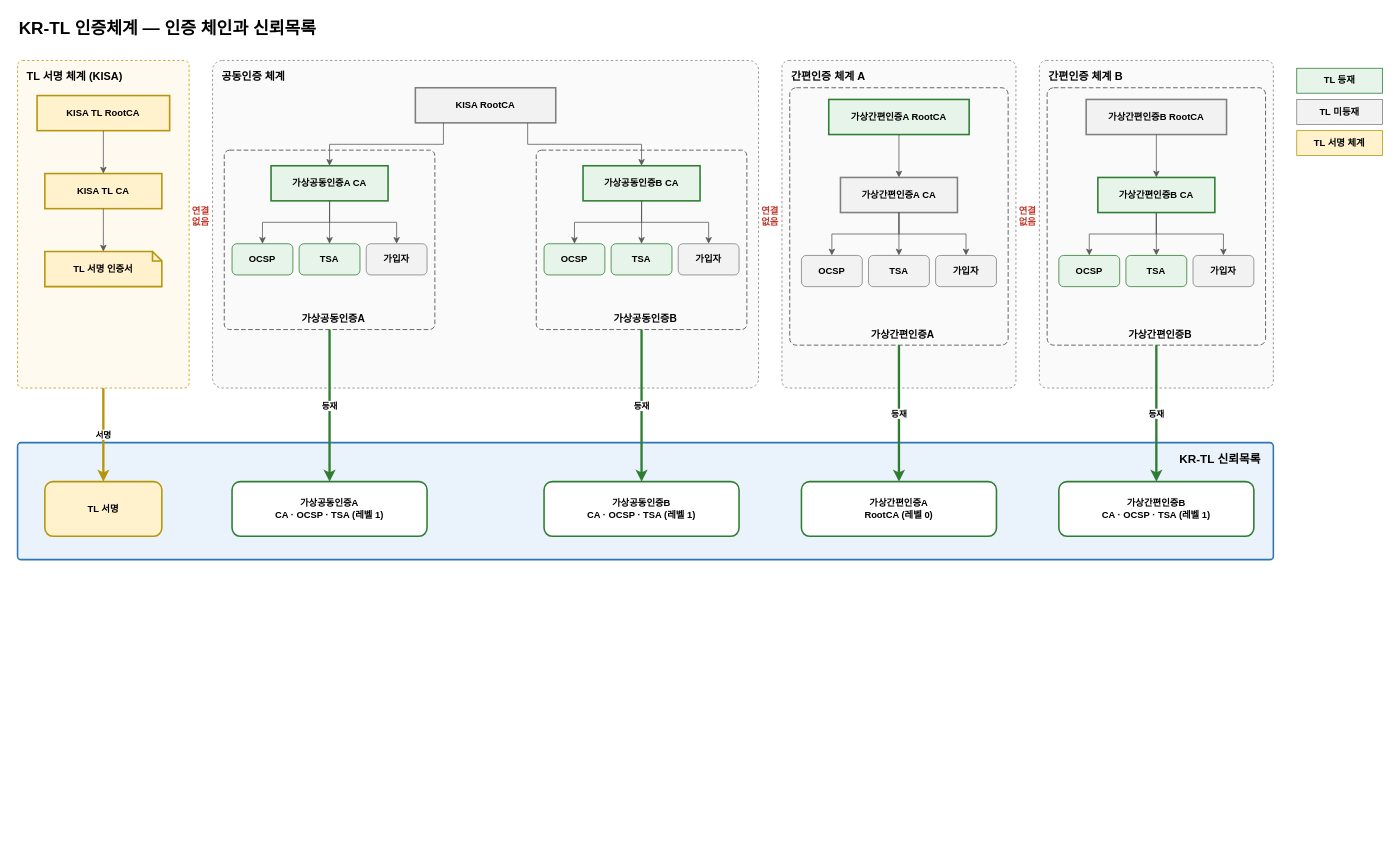
The draw.io diagram docs/design/KR-TL-관리시스템/완성본/diagrams/krtl-pki.drawio in yongsungkim-electcerti/kr-dss, before the edit. Source tidied: cells renumbered, new cells numbered last; positions are measured from the earlier drawing's top-left corner, leaving out a move shared by most shapes. Both pictures are drawn from the tidied source at 78%, with x=0, y=0 at pixel (17, 13).
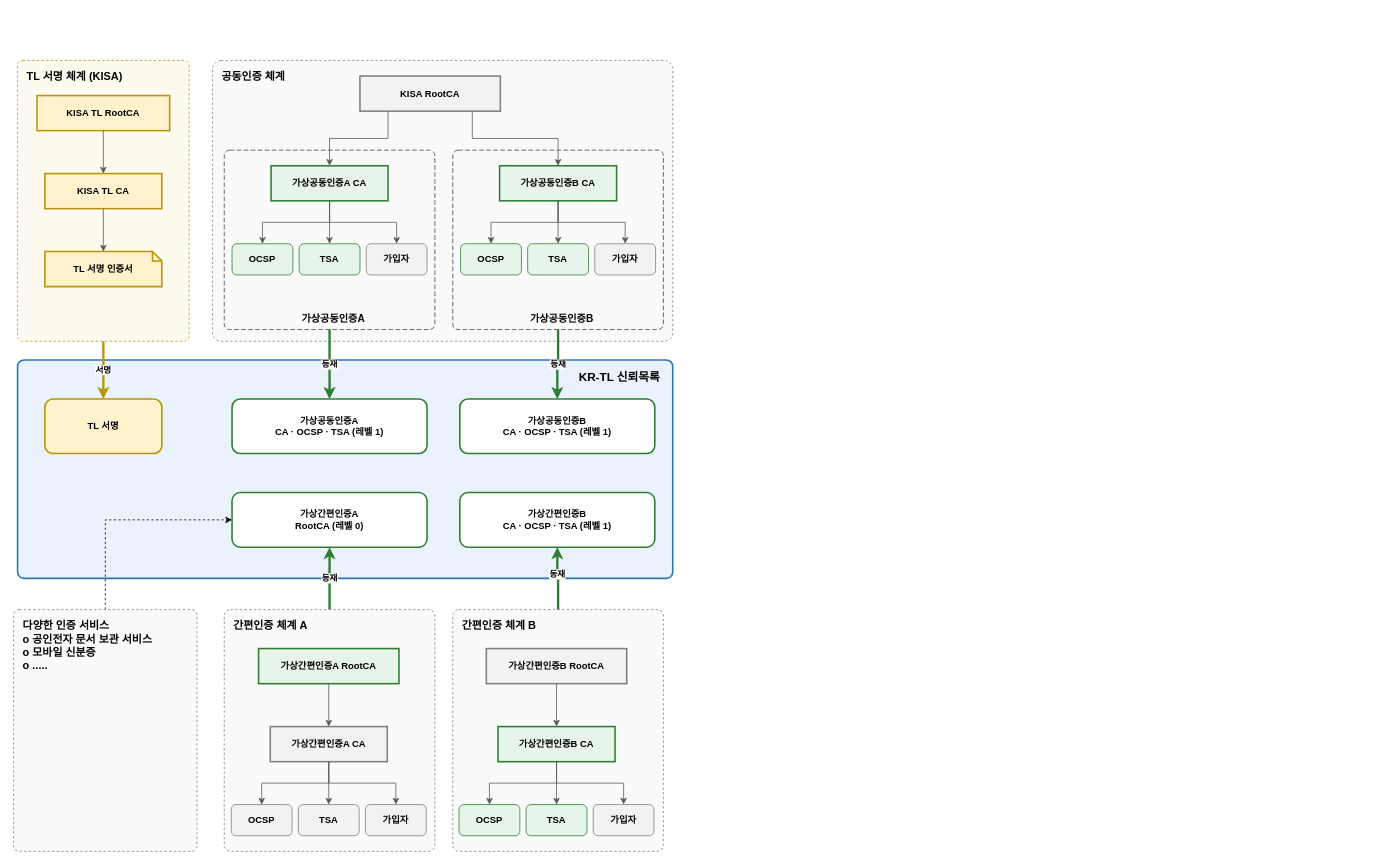
Above is the later version.

Diff of the diagram source:
```diff
@@
-<mxGraphModel>
+<mxGraphModel background="light-dark(#ffffff, #121212)">
@@
-    <mxCell id="2" value="KR-TL 인증체계 — 인증 체인과 신뢰목록" style="text;html=1;fontSize=22;fontStyle=1;align=left;verticalAlign=middle;" parent="1" vertex="1">
-      <mxGeometry width="700" height="40" as="geometry" />
-    </mxCell>
     <mxCell id="3" value="TL 서명 체계 (KISA)" style="rounded=1;arcSize=3;dashed=1;fillColor=#fffaf0;strokeColor=#b7950b;strokeWidth=1;fontStyle=1;fontSize=14;verticalAlign=top;align=left;spacingLeft=10;spacingTop=6;" parent="1" vertex="1">
-      <mxGeometry y="60" width="220" height="420" as="geometry" />
+      <mxGeometry y="60" width="220" height="360" as="geometry" />
     </mxCell>
@@
     <mxCell id="9" value="공동인증 체계" style="rounded=1;arcSize=3;dashed=1;fillColor=#fafafa;strokeColor=#7f7f7f;strokeWidth=1;fontStyle=1;fontSize=14;verticalAlign=top;align=left;spacingLeft=10;spacingTop=6;" parent="1" vertex="1">
-      <mxGeometry x="250" y="60" width="700" height="420" as="geometry" />
+      <mxGeometry x="250" y="60" width="590" height="360" as="geometry" />
     </mxCell>
     <mxCell id="10" value="KISA RootCA" style="rounded=0;whiteSpace=wrap;html=1;fillColor=#f2f2f2;strokeColor=#7f7f7f;strokeWidth=2;fontStyle=1;fontSize=12;" parent="1" vertex="1">
-      <mxGeometry x="510" y="95" width="180" height="45" as="geometry" />
+      <mxGeometry x="439" y="80" width="180" height="45" as="geometry" />
     </mxCell>
@@
     <mxCell id="20" value="가상공동인증B" style="rounded=1;arcSize=3;dashed=1;dashPattern=6 3;fillColor=none;strokeColor=#404040;strokeWidth=1;fontStyle=1;fontSize=13;verticalAlign=top;align=left;spacingLeft=10;spacingTop=6;verticalAlign=bottom;align=center;spacingBottom=4;" parent="1" vertex="1">
-      <mxGeometry x="665" y="175" width="270" height="230" as="geometry" />
+      <mxGeometry x="558" y="175" width="270" height="230" as="geometry" />
     </mxCell>
     <mxCell id="21" value="가상공동인증B CA" style="rounded=0;whiteSpace=wrap;html=1;fillColor=#e6f4ea;strokeColor=#2e7d32;strokeWidth=2;fontStyle=1;fontSize=12;" parent="1" vertex="1">
-      <mxGeometry x="725" y="195" width="150" height="45" as="geometry" />
+      <mxGeometry x="618" y="195" width="150" height="45" as="geometry" />
     </mxCell>
@@
     <mxCell id="23" value="OCSP" style="rounded=1;whiteSpace=wrap;html=1;fillColor=#e6f4ea;strokeColor=#2e7d32;strokeWidth=1;fontStyle=1;fontSize=12;" parent="1" vertex="1">
-      <mxGeometry x="675" y="295" width="78" height="40" as="geometry" />
+      <mxGeometry x="568" y="295" width="78" height="40" as="geometry" />
     </mxCell>
@@
     <mxCell id="25" value="TSA" style="rounded=1;whiteSpace=wrap;html=1;fillColor=#e6f4ea;strokeColor=#2e7d32;strokeWidth=1;fontStyle=1;fontSize=12;" parent="1" vertex="1">
-      <mxGeometry x="761" y="295" width="78" height="40" as="geometry" />
+      <mxGeometry x="654" y="295" width="78" height="40" as="geometry" />
     </mxCell>
@@
     <mxCell id="27" value="가입자" style="rounded=1;whiteSpace=wrap;html=1;fillColor=#f2f2f2;strokeColor=#7f7f7f;strokeWidth=1;fontStyle=1;fontSize=12;" parent="1" vertex="1">
-      <mxGeometry x="847" y="295" width="78" height="40" as="geometry" />
+      <mxGeometry x="740" y="295" width="78" height="40" as="geometry" />
     </mxCell>
@@
     <mxCell id="29" value="간편인증 체계 A" style="rounded=1;arcSize=3;dashed=1;fillColor=#fafafa;strokeColor=#7f7f7f;strokeWidth=1;fontStyle=1;fontSize=14;verticalAlign=top;align=left;spacingLeft=10;spacingTop=6;" parent="1" vertex="1">
-      <mxGeometry x="980" y="60" width="300" height="420" as="geometry" />
+      <mxGeometry x="265" y="764" width="270" height="310" as="geometry" />
     </mxCell>
-    <mxCell id="30" value="가상간편인증A" style="rounded=1;arcSize=3;dashed=1;dashPattern=6 3;fillColor=none;strokeColor=#404040;strokeWidth=1;fontStyle=1;fontSize=13;verticalAlign=top;align=left;spacingLeft=10;spacingTop=6;verticalAlign=bottom;align=center;spacingBottom=4;" parent="1" vertex="1">
-      <mxGeometry x="990" y="95" width="280" height="330" as="geometry" />
-    </mxCell>
     <mxCell id="31" value="가상간편인증A RootCA" style="rounded=0;whiteSpace=wrap;html=1;fillColor=#e6f4ea;strokeColor=#2e7d32;strokeWidth=2;fontStyle=1;fontSize=12;" parent="1" vertex="1">
-      <mxGeometry x="1040" y="110" width="180" height="45" as="geometry" />
+      <mxGeometry x="309" y="814" width="180" height="45" as="geometry" />
     </mxCell>
     <mxCell id="32" value="가상간편인증A CA" style="rounded=0;whiteSpace=wrap;html=1;fillColor=#f2f2f2;strokeColor=#7f7f7f;strokeWidth=2;fontStyle=1;fontSize=12;" parent="1" vertex="1">
-      <mxGeometry x="1055" y="210" width="150" height="45" as="geometry" />
+      <mxGeometry x="324" y="914" width="150" height="45" as="geometry" />
     </mxCell>
@@
     <mxCell id="34" value="OCSP" style="rounded=1;whiteSpace=wrap;html=1;fillColor=#f2f2f2;strokeColor=#7f7f7f;strokeWidth=1;fontStyle=1;fontSize=12;" parent="1" vertex="1">
-      <mxGeometry x="1005" y="310" width="78" height="40" as="geometry" />
+      <mxGeometry x="274" y="1014" width="78" height="40" as="geometry" />
     </mxCell>
@@
     <mxCell id="36" value="TSA" style="rounded=1;whiteSpace=wrap;html=1;fillColor=#f2f2f2;strokeColor=#7f7f7f;strokeWidth=1;fontStyle=1;fontSize=12;" parent="1" vertex="1">
-      <mxGeometry x="1091" y="310" width="78" height="40" as="geometry" />
+      <mxGeometry x="360" y="1014" width="78" height="40" as="geometry" />
     </mxCell>
@@
     <mxCell id="38" value="가입자" style="rounded=1;whiteSpace=wrap;html=1;fillColor=#f2f2f2;strokeColor=#7f7f7f;strokeWidth=1;fontStyle=1;fontSize=12;" parent="1" vertex="1">
-      <mxGeometry x="1177" y="310" width="78" height="40" as="geometry" />
+      <mxGeometry x="446" y="1014" width="78" height="40" as="geometry" />
     </mxCell>
@@
     <mxCell id="40" value="간편인증 체계 B" style="rounded=1;arcSize=3;dashed=1;fillColor=#fafafa;strokeColor=#7f7f7f;strokeWidth=1;fontStyle=1;fontSize=14;verticalAlign=top;align=left;spacingLeft=10;spacingTop=6;" parent="1" vertex="1">
-      <mxGeometry x="1310" y="60" width="300" height="420" as="geometry" />
+      <mxGeometry x="558" y="764" width="270" height="310" as="geometry" />
     </mxCell>
-    <mxCell id="41" value="가상간편인증B" style="rounded=1;arcSize=3;dashed=1;dashPattern=6 3;fillColor=none;strokeColor=#404040;strokeWidth=1;fontStyle=1;fontSize=13;verticalAlign=top;align=left;spacingLeft=10;spacingTop=6;verticalAlign=bottom;align=center;spacingBottom=4;" parent="1" vertex="1">
-      <mxGeometry x="1320" y="95" width="280" height="330" as="geometry" />
-    </mxCell>
     <mxCell id="42" value="가상간편인증B RootCA" style="rounded=0;whiteSpace=wrap;html=1;fillColor=#f2f2f2;strokeColor=#7f7f7f;strokeWidth=2;fontStyle=1;fontSize=12;" parent="1" vertex="1">
-      <mxGeometry x="1370" y="110" width="180" height="45" as="geometry" />
+      <mxGeometry x="601" y="814" width="180" height="45" as="geometry" />
     </mxCell>
     <mxCell id="43" value="가상간편인증B CA" style="rounded=0;whiteSpace=wrap;html=1;fillColor=#e6f4ea;strokeColor=#2e7d32;strokeWidth=2;fontStyle=1;fontSize=12;" parent="1" vertex="1">
-      <mxGeometry x="1385" y="210" width="150" height="45" as="geometry" />
+      <mxGeometry x="616" y="914" width="150" height="45" as="geometry" />
     </mxCell>
@@
     <mxCell id="45" value="OCSP" style="rounded=1;whiteSpace=wrap;html=1;fillColor=#e6f4ea;strokeColor=#2e7d32;strokeWidth=1;fontStyle=1;fontSize=12;" parent="1" vertex="1">
-      <mxGeometry x="1335" y="310" width="78" height="40" as="geometry" />
+      <mxGeometry x="566" y="1014" width="78" height="40" as="geometry" />
     </mxCell>
@@
     <mxCell id="47" value="TSA" style="rounded=1;whiteSpace=wrap;html=1;fillColor=#e6f4ea;strokeColor=#2e7d32;strokeWidth=1;fontStyle=1;fontSize=12;" parent="1" vertex="1">
-      <mxGeometry x="1421" y="310" width="78" height="40" as="geometry" />
+      <mxGeometry x="652" y="1014" width="78" height="40" as="geometry" />
     </mxCell>
@@
     <mxCell id="49" value="가입자" style="rounded=1;whiteSpace=wrap;html=1;fillColor=#f2f2f2;strokeColor=#7f7f7f;strokeWidth=1;fontStyle=1;fontSize=12;" parent="1" vertex="1">
-      <mxGeometry x="1507" y="310" width="78" height="40" as="geometry" />
+      <mxGeometry x="738" y="1014" width="78" height="40" as="geometry" />
     </mxCell>
@@
-    <mxCell id="51" value="연결&lt;br&gt;없음" style="text;html=1;fontSize=12;fontStyle=1;fontColor=#c0392b;align=center;verticalAlign=middle;whiteSpace=wrap;" parent="1" vertex="1">
-      <mxGeometry x="215" y="240" width="40" height="40" as="geometry" />
-    </mxCell>
-    <mxCell id="52" value="연결&lt;br&gt;없음" style="text;html=1;fontSize=12;fontStyle=1;fontColor=#c0392b;align=center;verticalAlign=middle;whiteSpace=wrap;" parent="1" vertex="1">
-      <mxGeometry x="945" y="240" width="40" height="40" as="geometry" />
-    </mxCell>
-    <mxCell id="53" value="연결&lt;br&gt;없음" style="text;html=1;fontSize=12;fontStyle=1;fontColor=#c0392b;align=center;verticalAlign=middle;whiteSpace=wrap;" parent="1" vertex="1">
-      <mxGeometry x="1275" y="240" width="40" height="40" as="geometry" />
-    </mxCell>
     <mxCell id="54" value="KR-TL 신뢰목록" style="rounded=1;arcSize=3;fillColor=#eaf2fb;strokeColor=#2e75b6;strokeWidth=2;fontStyle=1;fontSize=15;verticalAlign=top;align=left;spacingLeft=10;spacingTop=6;align=right;spacingRight=14;" parent="1" vertex="1">
-      <mxGeometry y="550" width="1610" height="150" as="geometry" />
+      <mxGeometry y="444" width="840" height="280" as="geometry" />
     </mxCell>
     <mxCell id="55" value="TL 서명" style="rounded=1;whiteSpace=wrap;html=1;fillColor=#fff2cc;strokeColor=#b7950b;strokeWidth=2;fontStyle=1;fontSize=12;" parent="1" vertex="1">
-      <mxGeometry x="35" y="600" width="150" height="70" as="geometry" />
+      <mxGeometry x="35" y="494" width="150" height="70" as="geometry" />
     </mxCell>
     <mxCell id="56" value="가상공동인증A&lt;br&gt;CA · OCSP · TSA (레벨 1)" style="rounded=1;whiteSpace=wrap;html=1;fillColor=#ffffff;strokeColor=#2e7d32;strokeWidth=2;fontStyle=1;fontSize=12;" parent="1" vertex="1">
-      <mxGeometry x="275" y="600" width="250" height="70" as="geometry" />
+      <mxGeometry x="275" y="494" width="250" height="70" as="geometry" />
     </mxCell>
@@
     <mxCell id="58" value="가상공동인증B&lt;br&gt;CA · OCSP · TSA (레벨 1)" style="rounded=1;whiteSpace=wrap;html=1;fillColor=#ffffff;strokeColor=#2e7d32;strokeWidth=2;fontStyle=1;fontSize=12;" parent="1" vertex="1">
-      <mxGeometry x="675" y="600" width="250" height="70" as="geometry" />
+      <mxGeometry x="567" y="494" width="250" height="70" as="geometry" />
     </mxCell>
@@
     <mxCell id="60" value="가상간편인증A&lt;br&gt;RootCA (레벨 0)" style="rounded=1;whiteSpace=wrap;html=1;fillColor=#ffffff;strokeColor=#2e7d32;strokeWidth=2;fontStyle=1;fontSize=12;" parent="1" vertex="1">
-      <mxGeometry x="1005" y="600" width="250" height="70" as="geometry" />
+      <mxGeometry x="275" y="614" width="250" height="70" as="geometry" />
     </mxCell>
-    <mxCell id="61" value="등재" style="edgeStyle=orthogonalEdgeStyle;rounded=0;html=1;fontSize=11;fontStyle=1;labelBackgroundColor=#ffffff;strokeColor=#2e7d32;strokeWidth=3;exitX=0.5;exitY=1;entryX=0.5;entryY=0;" parent="1" edge="1" source="30" target="60">
+    <mxCell id="61" value="등재" style="edgeStyle=orthogonalEdgeStyle;rounded=0;html=1;fontSize=11;fontStyle=1;labelBackgroundColor=#ffffff;strokeColor=#2e7d32;strokeWidth=3;entryX=0.5;entryY=1;entryDx=0;entryDy=0;" parent="1" edge="1" source="29" target="60">
       <mxGeometry relative="1" as="geometry" />
     </mxCell>
     <mxCell id="62" value="가상간편인증B&lt;br&gt;CA · OCSP · TSA (레벨 1)" style="rounded=1;whiteSpace=wrap;html=1;fillColor=#ffffff;strokeColor=#2e7d32;strokeWidth=2;fontStyle=1;fontSize=12;" parent="1" vertex="1">
-      <mxGeometry x="1335" y="600" width="250" height="70" as="geometry" />
+      <mxGeometry x="567" y="614" width="250" height="70" as="geometry" />
     </mxCell>
-    <mxCell id="63" value="등재" style="edgeStyle=orthogonalEdgeStyle;rounded=0;html=1;fontSize=11;fontStyle=1;labelBackgroundColor=#ffffff;strokeColor=#2e7d32;strokeWidth=3;exitX=0.5;exitY=1;entryX=0.5;entryY=0;" parent="1" edge="1" source="41" target="62">
-      <mxGeometry relative="1" as="geometry" />
+    <mxCell id="63" value="등재" style="edgeStyle=orthogonalEdgeStyle;rounded=0;html=1;fontSize=11;fontStyle=1;labelBackgroundColor=#ffffff;strokeColor=#2e7d32;strokeWidth=3;exitX=0.5;exitY=0;entryX=0.5;entryY=1;entryDx=0;entryDy=0;exitDx=0;exitDy=0;" parent="1" edge="1" source="40" target="62">
+      <mxGeometry x="0.14" relative="1" as="geometry" />
     </mxCell>
@@
-    <mxCell id="65" value="TL 등재" style="rounded=0;whiteSpace=wrap;html=1;fillColor=#e6f4ea;strokeColor=#2e7d32;strokeWidth=1;fontStyle=1;fontSize=12;" parent="1" vertex="1">
-      <mxGeometry x="1640" y="70" width="110" height="32" as="geometry" />
-    </mxCell>
-    <mxCell id="66" value="TL 미등재" style="rounded=0;whiteSpace=wrap;html=1;fillColor=#f2f2f2;strokeColor=#7f7f7f;strokeWidth=1;fontStyle=1;fontSize=12;" parent="1" vertex="1">
-      <mxGeometry x="1640" y="110" width="110" height="32" as="geometry" />
-    </mxCell>
-    <mxCell id="67" value="TL 서명 체계" style="rounded=0;whiteSpace=wrap;html=1;fillColor=#fff2cc;strokeColor=#b7950b;strokeWidth=1;fontStyle=1;fontSize=12;" parent="1" vertex="1">
-      <mxGeometry x="1640" y="150" width="110" height="32" as="geometry" />
-    </mxCell>
+    <mxCell id="68" style="edgeStyle=orthogonalEdgeStyle;rounded=0;jettySize=auto;html=1;entryX=0;entryY=0.5;entryDx=0;entryDy=0;exitX=0.5;exitY=0;exitDx=0;exitDy=0;dashed=1;" parent="1" edge="1" source="69" target="60">
+      <mxGeometry relative="1" as="geometry" />
+    </mxCell>
+    <mxCell id="69" value="다양한 인증 서비스&#10;o 공인전자 문서 보관 서비스&#10;o 모바일 신분증&#10;o ....." style="rounded=1;arcSize=3;dashed=1;fillColor=#fafafa;strokeColor=#7f7f7f;strokeWidth=1;fontStyle=1;fontSize=14;verticalAlign=top;align=left;spacingLeft=10;spacingTop=6;" parent="1" vertex="1">
+      <mxGeometry x="-5" y="764" width="235" height="310" as="geometry" />
+    </mxCell>
```
